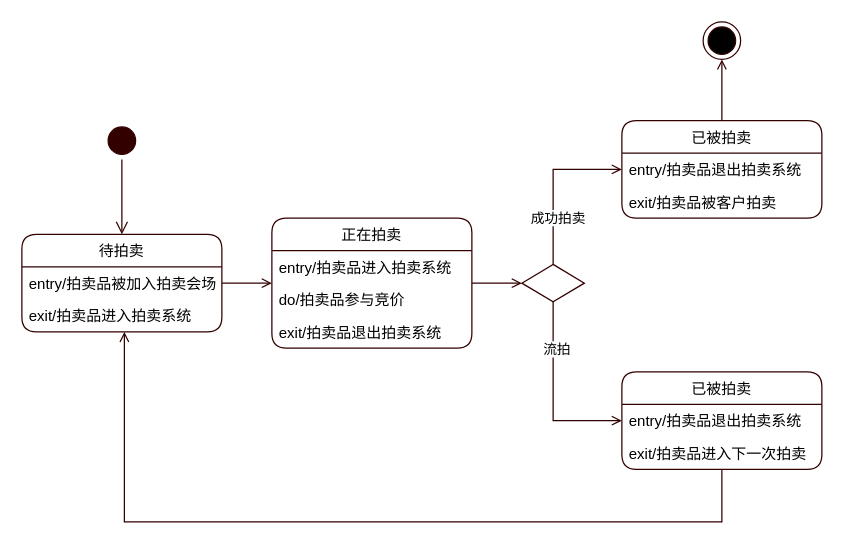
This is docs/逻辑视图/源文件/status-auction.drawio from xinghyfish/auction, a draw.io file, before an edit. Source tidied: cells renumbered, new cells numbered last; positions are measured from the earlier drawing's top-left corner, leaving out a move shared by most shapes. Both pictures are drawn from the tidied source at 125%, with x=0, y=0 at pixel (21, 21).
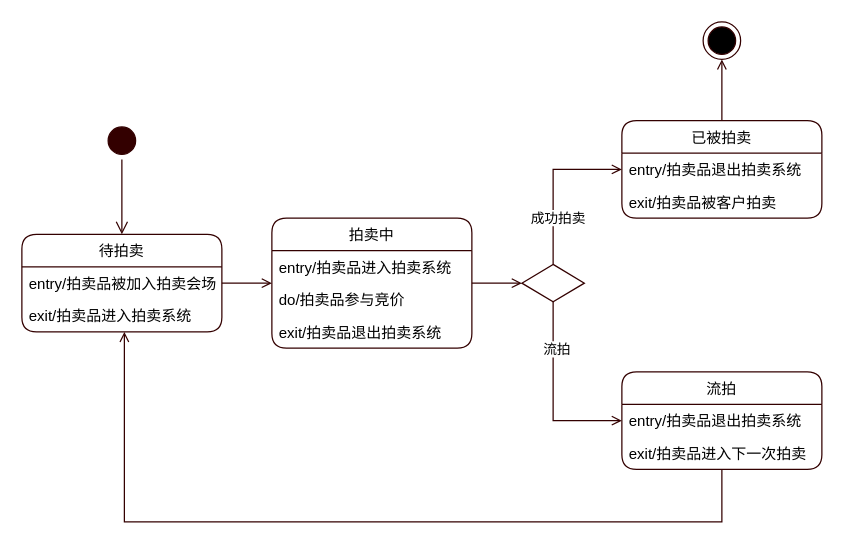
The same page after the edit.

Change to the diagram source:
```diff
@@
-    <mxCell id="9" value="正在拍卖" style="swimlane;fontStyle=0;horizontal=1;startSize=26;fillColor=none;sketch=0;strokeColor=#330000;strokeWidth=1;rounded=1;glass=0;" parent="1" vertex="1">
+    <mxCell id="9" value="拍卖中" style="swimlane;fontStyle=0;horizontal=1;startSize=26;fillColor=none;sketch=0;strokeColor=#330000;strokeWidth=1;rounded=1;glass=0;" parent="1" vertex="1">
       <mxGeometry x="200" y="157" width="160" height="104" as="geometry" />
     </mxCell>
@@
-    <mxCell id="24" value="已被拍卖" style="swimlane;fontStyle=0;horizontal=1;startSize=26;fillColor=none;sketch=0;strokeColor=#330000;strokeWidth=1;rounded=1;glass=0;" parent="1" vertex="1">
+    <mxCell id="24" value="流拍" style="swimlane;fontStyle=0;horizontal=1;startSize=26;fillColor=none;sketch=0;strokeColor=#330000;strokeWidth=1;rounded=1;glass=0;" parent="1" vertex="1">
       <mxGeometry x="480" y="280" width="160" height="78" as="geometry" />
     </mxCell>
```
